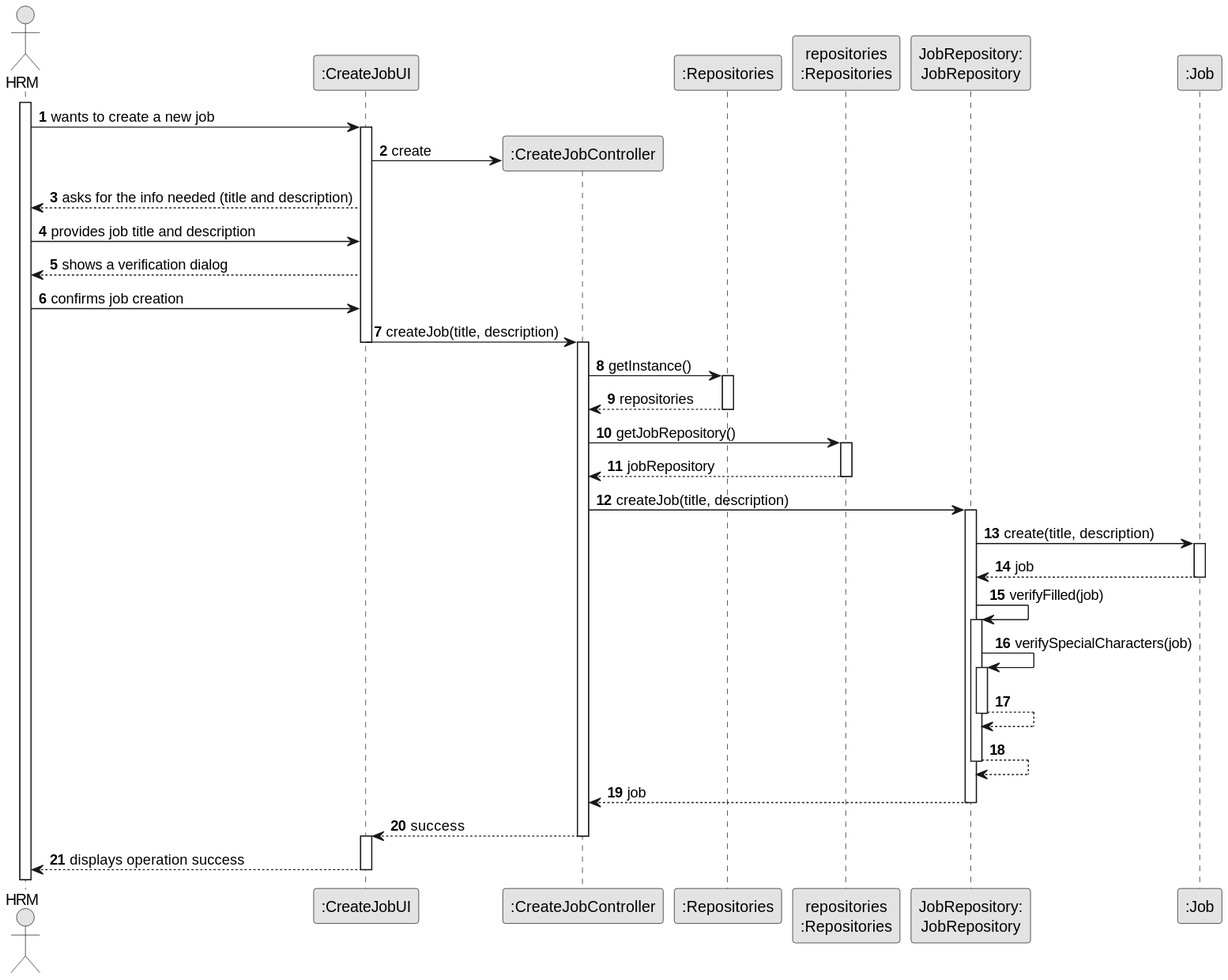
This is docs/sprintB/us002/03.design/svg/us002-sequence-diagram-full.svg from ricardomm7/leaflink, a PlantUML export, as it was before one commit.
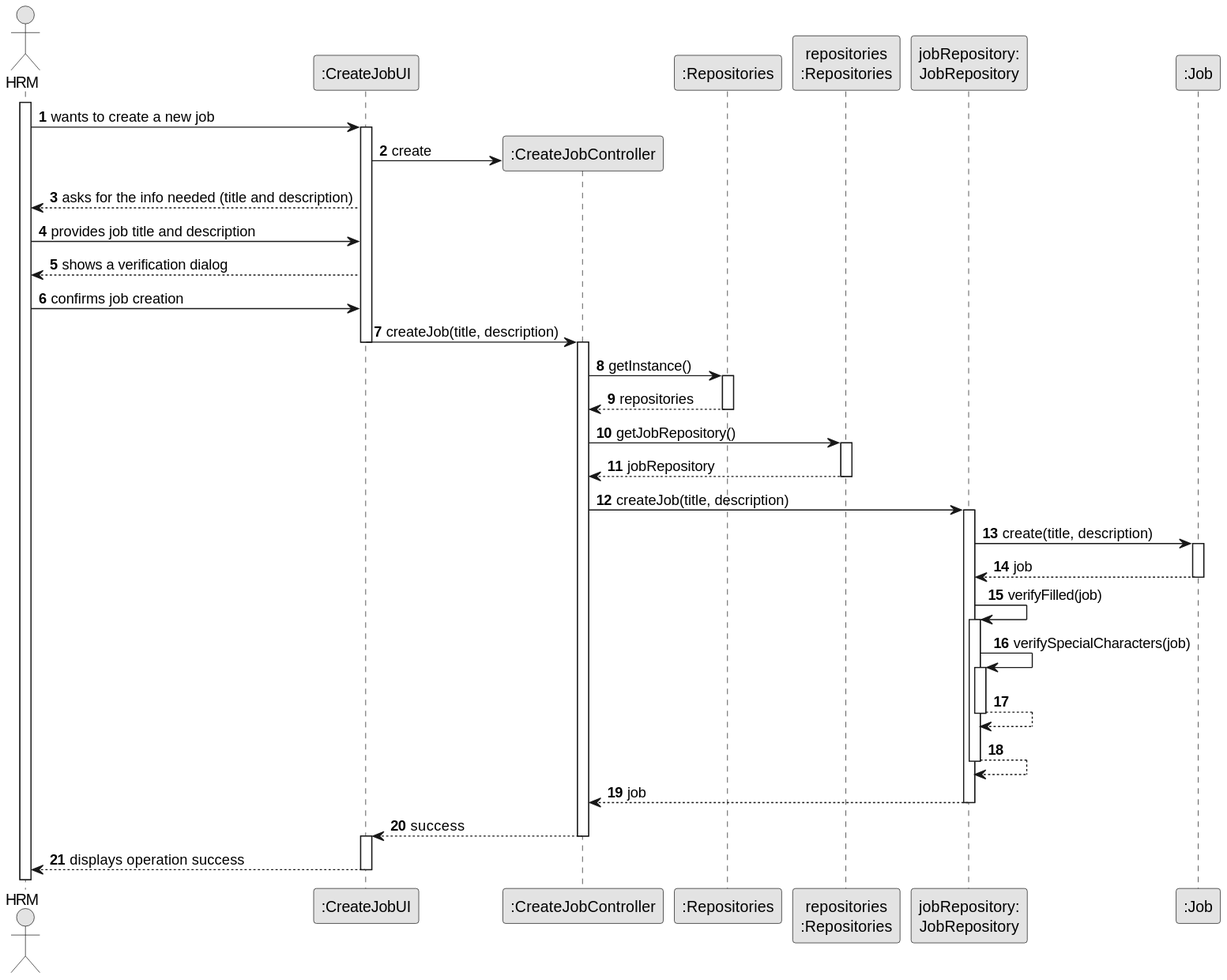
Above is the later version.

Change to the diagram source:
```diff
@@ -10,7 +10,7 @@
 participant ":CreateJobController" as CTRL
 participant ":Repositories" as GlobRepo
 participant "repositories\n:Repositories" as PLAT
-participant "JobRepository:\nJobRepository" as JobRepository
+participant "jobRepository:\nJobRepository" as jobRepository
 participant ":Job" as Job
 
 activate Employee
@@ -36,24 +36,24 @@
 PLAT -->  CTRL: jobRepository
 deactivate PLAT
 
-CTRL -> JobRepository : createJob(title, description)
-activate JobRepository
+CTRL -> jobRepository : createJob(title, description)
+activate jobRepository
 
-    JobRepository -> Job : create(title, description)
+    jobRepository -> Job : create(title, description)
         activate Job
-        Job --> JobRepository : job
+        Job --> jobRepository : job
         deactivate Job
 
-    JobRepository -> JobRepository : verifyFilled(job)
-        activate JobRepository
-        JobRepository -> JobRepository : verifySpecialCharacters(job)
-        activate JobRepository
-        JobRepository --> JobRepository
-        deactivate JobRepository
-    JobRepository --> JobRepository
-    deactivate JobRepository
-JobRepository --> CTRL : job
-deactivate JobRepository
+    jobRepository -> jobRepository : verifyFilled(job)
+        activate jobRepository
+        jobRepository -> jobRepository : verifySpecialCharacters(job)
+        activate jobRepository
+        jobRepository --> jobRepository
+        deactivate jobRepository
+    jobRepository --> jobRepository
+    deactivate jobRepository
+jobRepository --> CTRL : job
+deactivate jobRepository
 
 CTRL --> UI : success
 deactivate CTRL
```
